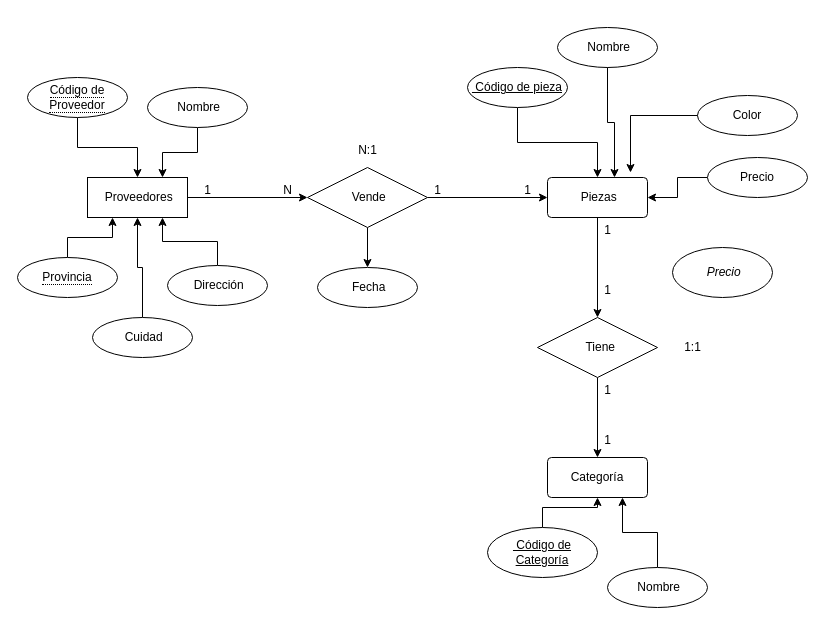
Above: Diagrama sin título.drawio in KarlaCNS/pilares (draw.io), before the change. Source tidied: cells renumbered, new cells numbered last; positions are measured from the earlier drawing's top-left corner, leaving out a move shared by most shapes. Both pictures are drawn from the tidied source at 100%, with x=0, y=0 at pixel (17, 27).
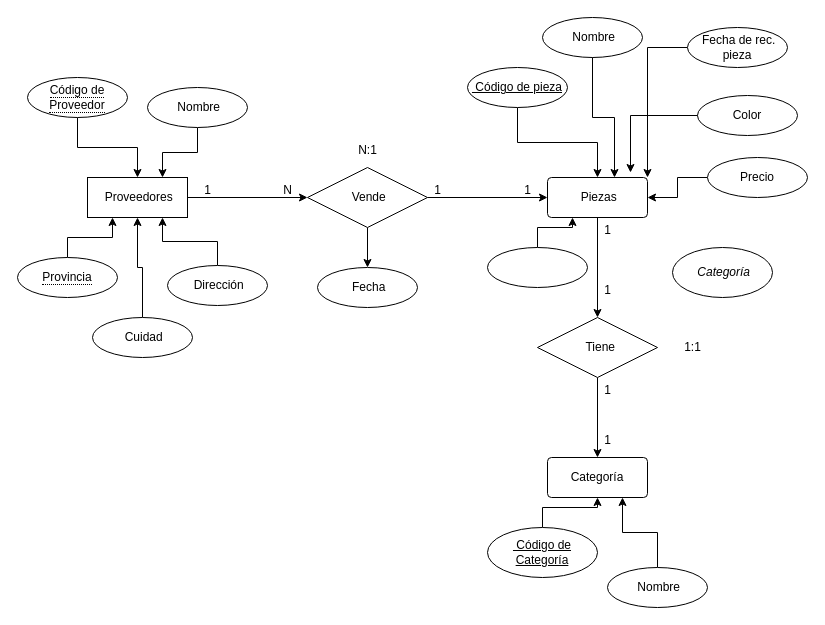
Above is the later version.

The change refers to these unchanged cells:
```xml
<mxCell id="8" value="&amp;nbsp;Piezas" style="rounded=1;arcSize=10;whiteSpace=wrap;html=1;align=center;" parent="1" vertex="1">
  <mxGeometry x="530" y="150" width="100" height="40" as="geometry" />
</mxCell>
```

Diff of the diagram source:
```diff
@@
-    <mxCell id="36" value="&lt;i&gt;&amp;nbsp;Precio&lt;/i&gt;" style="ellipse;whiteSpace=wrap;html=1;align=center;" parent="1" vertex="1">
+    <mxCell id="36" value="&lt;i&gt;&amp;nbsp;Categoría&lt;/i&gt;" style="ellipse;whiteSpace=wrap;html=1;align=center;" parent="1" vertex="1">
       <mxGeometry x="655" y="220" width="100" height="50" as="geometry" />
     </mxCell>
@@
     <mxCell id="40" value="&amp;nbsp;Nombre" style="ellipse;whiteSpace=wrap;html=1;align=center;" parent="1" vertex="1">
-      <mxGeometry x="540" width="100" height="40" as="geometry" />
+      <mxGeometry x="525" y="-10" width="100" height="40" as="geometry" />
     </mxCell>
@@
+    <mxCell id="46" style="edgeStyle=orthogonalEdgeStyle;rounded=0;jettySize=auto;html=1;entryX=1;entryY=0;entryDx=0;entryDy=0;" parent="1" edge="1" source="47" target="8">
+      <mxGeometry relative="1" as="geometry" />
+    </mxCell>
+    <mxCell id="47" value="&amp;nbsp;Fecha de rec. pieza" style="ellipse;whiteSpace=wrap;html=1;align=center;" parent="1" vertex="1">
+      <mxGeometry x="670" width="100" height="40" as="geometry" />
+    </mxCell>
+    <mxCell id="48" style="edgeStyle=orthogonalEdgeStyle;rounded=0;jettySize=auto;html=1;entryX=0.25;entryY=1;entryDx=0;entryDy=0;" parent="1" edge="1" source="49" target="8">
+      <mxGeometry relative="1" as="geometry" />
+    </mxCell>
+    <mxCell id="49" value="&amp;nbsp;" style="ellipse;whiteSpace=wrap;html=1;align=center;" parent="1" vertex="1">
+      <mxGeometry x="470" y="220" width="100" height="40" as="geometry" />
+    </mxCell>
```
